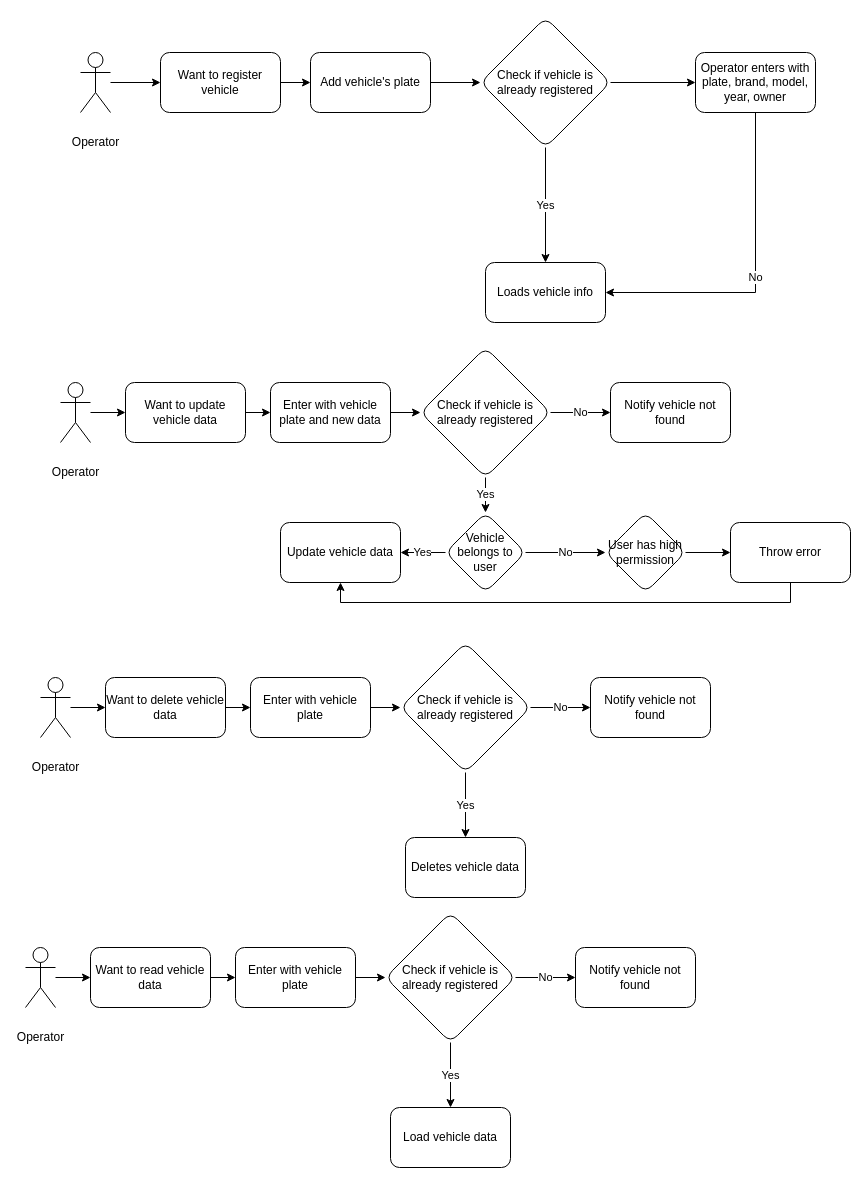
The draw.io diagram page "Process" (1 of 3) of docs/storytelling/Vehicle registration.drawio in 1ChristianAlex/motordesk, before the edit. Source tidied: cells renumbered, new cells numbered last; positions are measured from the earlier drawing's top-left corner, leaving out a move shared by most shapes. Both pictures are drawn from the tidied source at 100%, with x=0, y=0 at pixel (25, 17).
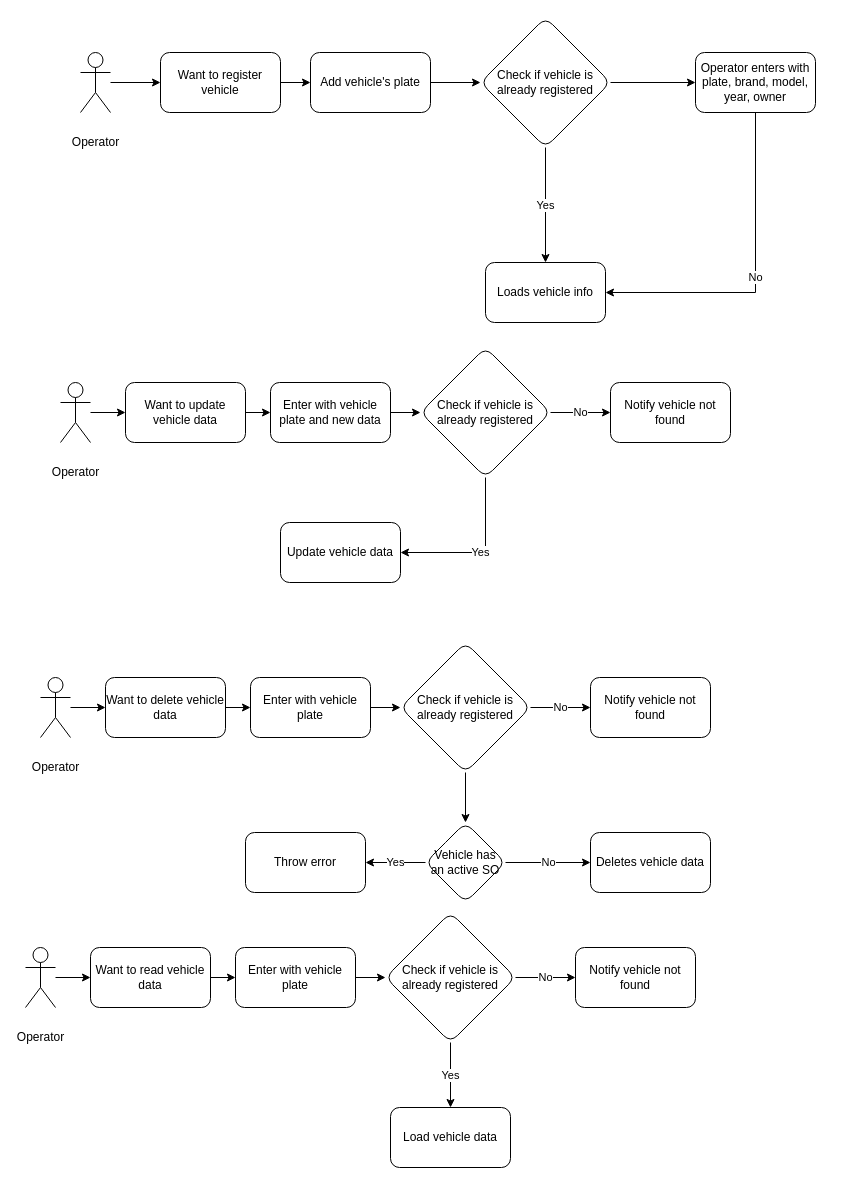
The same diagram, later.

Unchanged cells that the change refers to:
```xml
<mxCell id="22" value="Check if vehicle is already registered" style="rhombus;whiteSpace=wrap;html=1;rounded=1;" parent="1" vertex="1">
  <mxGeometry x="395" y="330" width="130" height="130" as="geometry" />
</mxCell>
<mxCell id="32" value="Check if vehicle is already registered" style="rhombus;whiteSpace=wrap;html=1;rounded=1;" parent="1" vertex="1">
  <mxGeometry x="375" y="625" width="130" height="130" as="geometry" />
</mxCell>
```

The edit, as a diff of the source:
```diff
@@
-    <mxCell id="21" value="Yes" style="edgeStyle=orthogonalEdgeStyle;rounded=0;jettySize=auto;html=1;" parent="1" edge="1" source="22" target="48">
-      <mxGeometry relative="1" as="geometry" />
-    </mxCell>
+    <mxCell id="54" value="Yes" style="edgeStyle=orthogonalEdgeStyle;rounded=0;jettySize=auto;html=1;exitX=0.5;exitY=1;exitDx=0;exitDy=0;entryX=1;entryY=0.5;entryDx=0;entryDy=0;" parent="1" edge="1" source="22" target="49">
+      <mxGeometry relative="1" as="geometry" />
+    </mxCell>
@@
-    <mxCell id="30" value="Yes" style="edgeStyle=orthogonalEdgeStyle;rounded=0;jettySize=auto;html=1;exitX=0.5;exitY=1;exitDx=0;exitDy=0;entryX=0.5;entryY=0;entryDx=0;entryDy=0;" parent="1" edge="1" source="32" target="33">
-      <mxGeometry relative="1" as="geometry" />
-    </mxCell>
@@
+    <mxCell id="55" style="edgeStyle=orthogonalEdgeStyle;rounded=0;jettySize=auto;html=1;" parent="1" edge="1" source="32" target="57">
+      <mxGeometry relative="1" as="geometry" />
+    </mxCell>
@@
     <mxCell id="33" value="Deletes vehicle data" style="whiteSpace=wrap;html=1;rounded=1;" parent="1" vertex="1">
-      <mxGeometry x="380" y="820" width="120" height="60" as="geometry" />
+      <mxGeometry x="565" y="815" width="120" height="60" as="geometry" />
     </mxCell>
@@
-    <mxCell id="46" value="Yes" style="edgeStyle=orthogonalEdgeStyle;rounded=0;jettySize=auto;html=1;" parent="1" edge="1" source="48" target="49">
-      <mxGeometry relative="1" as="geometry" />
-    </mxCell>
+    <mxCell id="49" value="Update vehicle data" style="whiteSpace=wrap;html=1;rounded=1;" parent="1" vertex="1">
+      <mxGeometry x="255" y="505" width="120" height="60" as="geometry" />
+    </mxCell>
-    <mxCell id="47" value="No" style="edgeStyle=orthogonalEdgeStyle;rounded=0;jettySize=auto;html=1;" parent="1" edge="1" source="48" target="51">
+    <mxCell id="47" value="No" style="edgeStyle=orthogonalEdgeStyle;rounded=0;jettySize=auto;html=1;exitX=1;exitY=0.5;exitDx=0;exitDy=0;entryX=0;entryY=0.5;entryDx=0;entryDy=0;" parent="1" edge="1" source="57" target="33">
       <mxGeometry relative="1" as="geometry" />
     </mxCell>
-    <mxCell id="48" value="Vehicle belongs to user" style="rhombus;whiteSpace=wrap;html=1;rounded=1;" parent="1" vertex="1">
-      <mxGeometry x="420" y="495" width="80" height="80" as="geometry" />
-    </mxCell>
-    <mxCell id="49" value="Update vehicle data" style="whiteSpace=wrap;html=1;rounded=1;" parent="1" vertex="1">
-      <mxGeometry x="255" y="505" width="120" height="60" as="geometry" />
-    </mxCell>
-    <mxCell id="50" style="edgeStyle=orthogonalEdgeStyle;rounded=0;jettySize=auto;html=1;" parent="1" edge="1" source="51" target="53">
-      <mxGeometry relative="1" as="geometry" />
-    </mxCell>
-    <mxCell id="51" value="User has high permission" style="rhombus;whiteSpace=wrap;html=1;rounded=1;" parent="1" vertex="1">
-      <mxGeometry x="580" y="495" width="80" height="80" as="geometry" />
-    </mxCell>
-    <mxCell id="52" style="edgeStyle=orthogonalEdgeStyle;rounded=0;jettySize=auto;html=1;entryX=0.5;entryY=1;entryDx=0;entryDy=0;" parent="1" edge="1" source="53" target="49">
-      <mxGeometry relative="1" as="geometry">
-        <Array as="points">
-          <mxPoint x="765" y="585" />
-          <mxPoint x="315" y="585" />
-        </Array>
-      </mxGeometry>
-    </mxCell>
+    <mxCell id="56" value="Yes" style="edgeStyle=orthogonalEdgeStyle;rounded=0;jettySize=auto;html=1;" parent="1" edge="1" source="57" target="53">
+      <mxGeometry relative="1" as="geometry" />
+    </mxCell>
+    <mxCell id="57" value="Vehicle has an active SO" style="rhombus;whiteSpace=wrap;html=1;rounded=1;" parent="1" vertex="1">
+      <mxGeometry x="400" y="805" width="80" height="80" as="geometry" />
+    </mxCell>
     <mxCell id="53" value="Throw error" style="whiteSpace=wrap;html=1;rounded=1;" parent="1" vertex="1">
-      <mxGeometry x="705" y="505" width="120" height="60" as="geometry" />
+      <mxGeometry x="220" y="815" width="120" height="60" as="geometry" />
     </mxCell>
```
